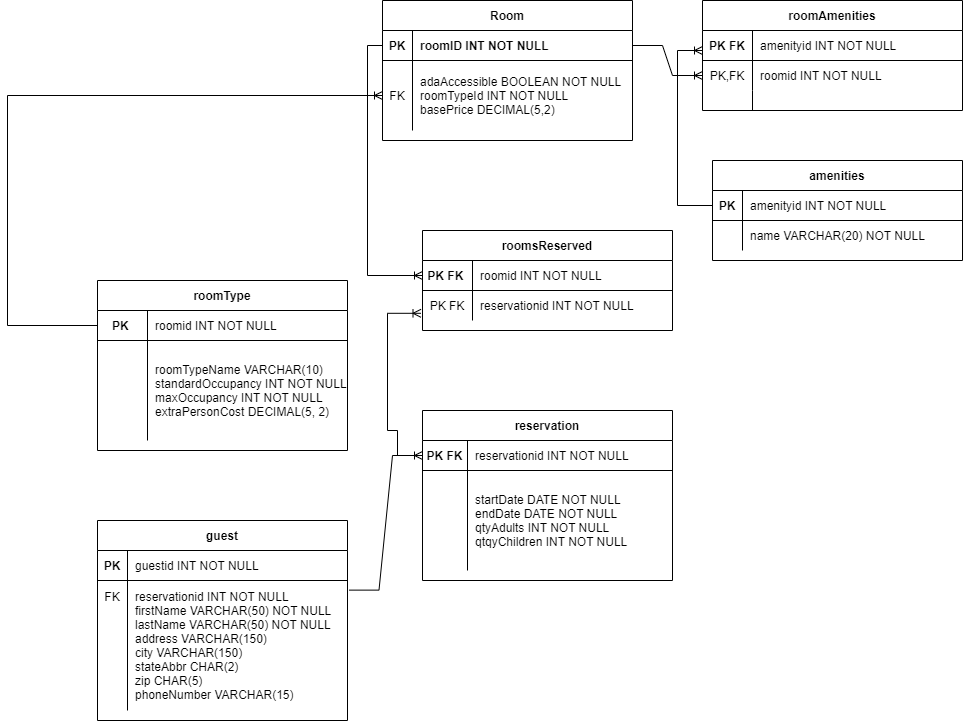
Before: Hotel.drawio.png, a diagram exported from draw.io (winters828/winters828). Source tidied: cells renumbered, new cells last; positions are measured from the earlier drawing's top-left corner, leaving out a move shared by most shapes.
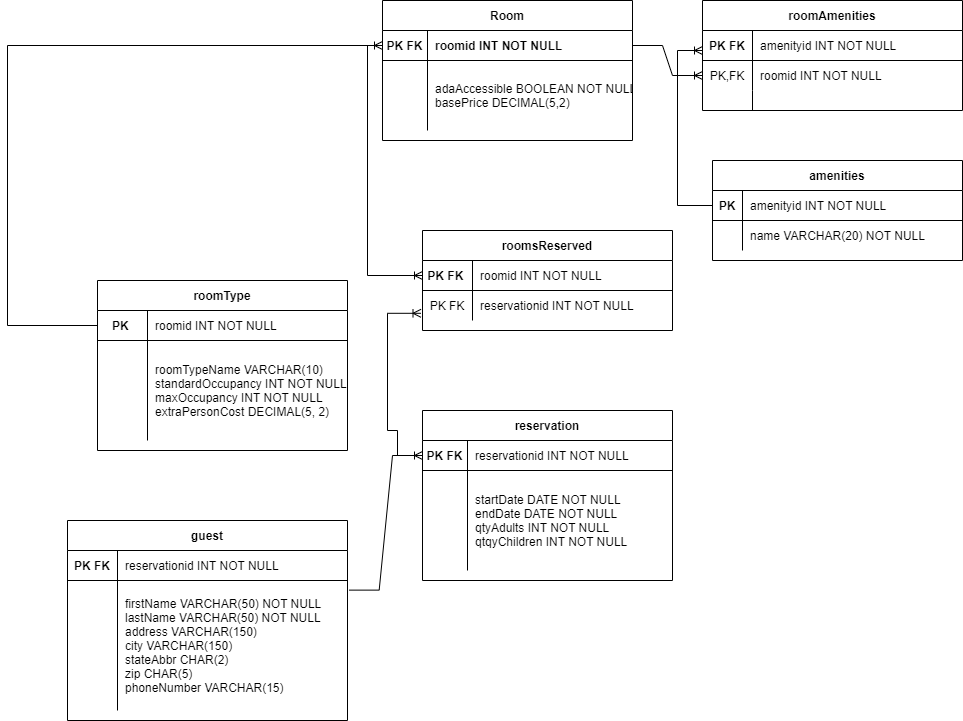
After the change.

What changed in the source:
```diff
@@ -59,20 +59,20 @@
     <mxCell id="20" style="shape=partialRectangle;fillColor=none;points=[[0,0.5],[1,0.5]];portConstraint=eastwest;top=0;left=0;right=0;bottom=1;" parent="19" vertex="1">
       <mxGeometry y="30" width="250" height="30" as="geometry" />
     </mxCell>
-    <mxCell id="21" value="PK" style="shape=partialRectangle;overflow=hidden;fillColor=none;top=0;left=0;bottom=0;right=0;fontStyle=1;" parent="20" vertex="1">
-      <mxGeometry width="30" height="30" as="geometry" />
+    <mxCell id="21" value="PK FK" style="shape=partialRectangle;overflow=hidden;fillColor=none;top=0;left=0;bottom=0;right=0;fontStyle=1;" parent="20" vertex="1">
+      <mxGeometry width="45" height="30" as="geometry" />
     </mxCell>
-    <mxCell id="22" value="roomID INT NOT NULL" style="shape=partialRectangle;overflow=hidden;fillColor=none;top=0;left=0;bottom=0;right=0;align=left;spacingLeft=6;fontStyle=1;" parent="20" vertex="1">
-      <mxGeometry x="30" width="220" height="30" as="geometry" />
+    <mxCell id="22" value="roomid INT NOT NULL" style="shape=partialRectangle;overflow=hidden;fillColor=none;top=0;left=0;bottom=0;right=0;align=left;spacingLeft=6;fontStyle=1;" parent="20" vertex="1">
+      <mxGeometry x="45" width="205" height="30" as="geometry" />
     </mxCell>
     <mxCell id="23" style="shape=partialRectangle;fillColor=none;points=[[0,0.5],[1,0.5]];portConstraint=eastwest;top=0;left=0;right=0;bottom=0;" parent="19" vertex="1">
       <mxGeometry y="60" width="250" height="70" as="geometry" />
     </mxCell>
-    <mxCell id="24" value="FK" style="shape=partialRectangle;overflow=hidden;fillColor=none;top=0;left=0;bottom=0;right=0;" parent="23" vertex="1">
-      <mxGeometry width="30" height="70" as="geometry" />
+    <mxCell id="24" style="shape=partialRectangle;overflow=hidden;fillColor=none;top=0;left=0;bottom=0;right=0;" parent="23" vertex="1">
+      <mxGeometry width="45" height="70" as="geometry" />
     </mxCell>
-    <mxCell id="25" value="adaAccessible BOOLEAN NOT NULL&#10;roomTypeId INT NOT NULL&#10;basePrice DECIMAL(5,2)" style="shape=partialRectangle;overflow=hidden;fillColor=none;top=0;left=0;bottom=0;right=0;align=left;spacingLeft=6;" parent="23" vertex="1">
-      <mxGeometry x="30" width="220" height="70" as="geometry" />
+    <mxCell id="25" value="adaAccessible BOOLEAN NOT NULL&#10;basePrice DECIMAL(5,2)" style="shape=partialRectangle;overflow=hidden;fillColor=none;top=0;left=0;bottom=0;right=0;align=left;spacingLeft=6;" parent="23" vertex="1">
+      <mxGeometry x="45" width="205" height="70" as="geometry" />
     </mxCell>
     <mxCell id="26" value="roomsReserved" style="shape=table;startSize=30;rowLines=0;fontStyle=1;align=center;" parent="1" vertex="1">
       <mxGeometry x="415" y="230" width="250" height="100" as="geometry" />
@@ -138,25 +138,25 @@
       <mxGeometry x="45" width="205" height="100" as="geometry" />
     </mxCell>
     <mxCell id="47" value="guest" style="shape=table;startSize=30;rowLines=0;fontStyle=1;align=center;" parent="1" vertex="1">
-      <mxGeometry x="90" y="520" width="250" height="200" as="geometry" />
+      <mxGeometry x="60" y="520" width="280" height="200" as="geometry" />
     </mxCell>
     <mxCell id="48" style="shape=partialRectangle;fillColor=none;top=0;left=0;right=0;bottom=1;" parent="47" vertex="1">
-      <mxGeometry y="30" width="250" height="30" as="geometry" />
+      <mxGeometry y="30" width="280" height="30" as="geometry" />
     </mxCell>
-    <mxCell id="49" value="PK" style="shape=partialRectangle;overflow=hidden;fillColor=none;top=0;left=0;bottom=0;right=0;fontStyle=1;" parent="48" vertex="1">
-      <mxGeometry width="30" height="30" as="geometry" />
+    <mxCell id="49" value="PK FK" style="shape=partialRectangle;overflow=hidden;fillColor=none;top=0;left=0;bottom=0;right=0;fontStyle=1;" parent="48" vertex="1">
+      <mxGeometry width="50" height="30" as="geometry" />
     </mxCell>
-    <mxCell id="50" value="guestid INT NOT NULL" style="shape=partialRectangle;overflow=hidden;fillColor=none;top=0;left=0;bottom=0;right=0;align=left;spacingLeft=6;fontStyle=0;" parent="48" vertex="1">
-      <mxGeometry x="30" width="220" height="30" as="geometry" />
+    <mxCell id="50" value="reservationid INT NOT NULL" style="shape=partialRectangle;overflow=hidden;fillColor=none;top=0;left=0;bottom=0;right=0;align=left;spacingLeft=6;fontStyle=0;" parent="48" vertex="1">
+      <mxGeometry x="50" width="230" height="30" as="geometry" />
     </mxCell>
     <mxCell id="51" style="shape=partialRectangle;fillColor=none;points=[[0,0.5],[1,0.5]];portConstraint=eastwest;top=0;left=0;right=0;bottom=0;" parent="47" vertex="1">
-      <mxGeometry y="60" width="250" height="130" as="geometry" />
+      <mxGeometry y="60" width="280" height="130" as="geometry" />
     </mxCell>
-    <mxCell id="52" value="FK&#10;&#10;&#10;&#10;&#10;&#10;&#10;" style="shape=partialRectangle;overflow=hidden;fillColor=none;top=0;left=0;bottom=0;right=0;" parent="51" vertex="1">
-      <mxGeometry width="30" height="130" as="geometry" />
+    <mxCell id="52" style="shape=partialRectangle;overflow=hidden;fillColor=none;top=0;left=0;bottom=0;right=0;" parent="51" vertex="1">
+      <mxGeometry width="50" height="130" as="geometry" />
     </mxCell>
-    <mxCell id="53" value="reservationid INT NOT NULL&#10;firstName VARCHAR(50) NOT NULL&#10;lastName VARCHAR(50) NOT NULL&#10;address VARCHAR(150)&#10;city VARCHAR(150)&#10;stateAbbr CHAR(2)&#10;zip CHAR(5)&#10;phoneNumber VARCHAR(15)" style="shape=partialRectangle;overflow=hidden;fillColor=none;top=0;left=0;bottom=0;right=0;align=left;spacingLeft=6;" parent="51" vertex="1">
-      <mxGeometry x="30" width="220" height="130" as="geometry" />
+    <mxCell id="53" value="firstName VARCHAR(50) NOT NULL&#10;lastName VARCHAR(50) NOT NULL&#10;address VARCHAR(150)&#10;city VARCHAR(150)&#10;stateAbbr CHAR(2)&#10;zip CHAR(5)&#10;phoneNumber VARCHAR(15)" style="shape=partialRectangle;overflow=hidden;fillColor=none;top=0;left=0;bottom=0;right=0;align=left;spacingLeft=6;" parent="51" vertex="1">
+      <mxGeometry x="50" width="230" height="130" as="geometry" />
     </mxCell>
     <mxCell id="54" style="edgeStyle=entityRelationEdgeStyle;fontSize=12;html=1;endArrow=ERoneToMany;rounded=0;exitX=1.006;exitY=0.074;exitDx=0;exitDy=0;exitPerimeter=0;entryX=0;entryY=0.5;entryDx=0;entryDy=0;" parent="1" edge="1" source="51" target="41">
       <mxGeometry relative="1" as="geometry" />
@@ -179,11 +179,11 @@
         </Array>
       </mxGeometry>
     </mxCell>
-    <mxCell id="57" style="edgeStyle=orthogonalEdgeStyle;fontSize=12;html=1;endArrow=ERoneToMany;rounded=0;entryX=0;entryY=0.5;entryDx=0;entryDy=0;exitX=0;exitY=0.5;exitDx=0;exitDy=0;" parent="1" edge="1" source="34" target="23">
+    <mxCell id="57" style="edgeStyle=orthogonalEdgeStyle;fontSize=12;html=1;endArrow=ERoneToMany;rounded=0;entryX=0;entryY=0.5;entryDx=0;entryDy=0;exitX=0;exitY=0.5;exitDx=0;exitDy=0;" parent="1" edge="1" source="34" target="20">
       <mxGeometry relative="1" as="geometry">
         <Array as="points">
           <mxPoint y="325" />
-          <mxPoint y="95" />
+          <mxPoint y="45" />
         </Array>
       </mxGeometry>
     </mxCell>
```
